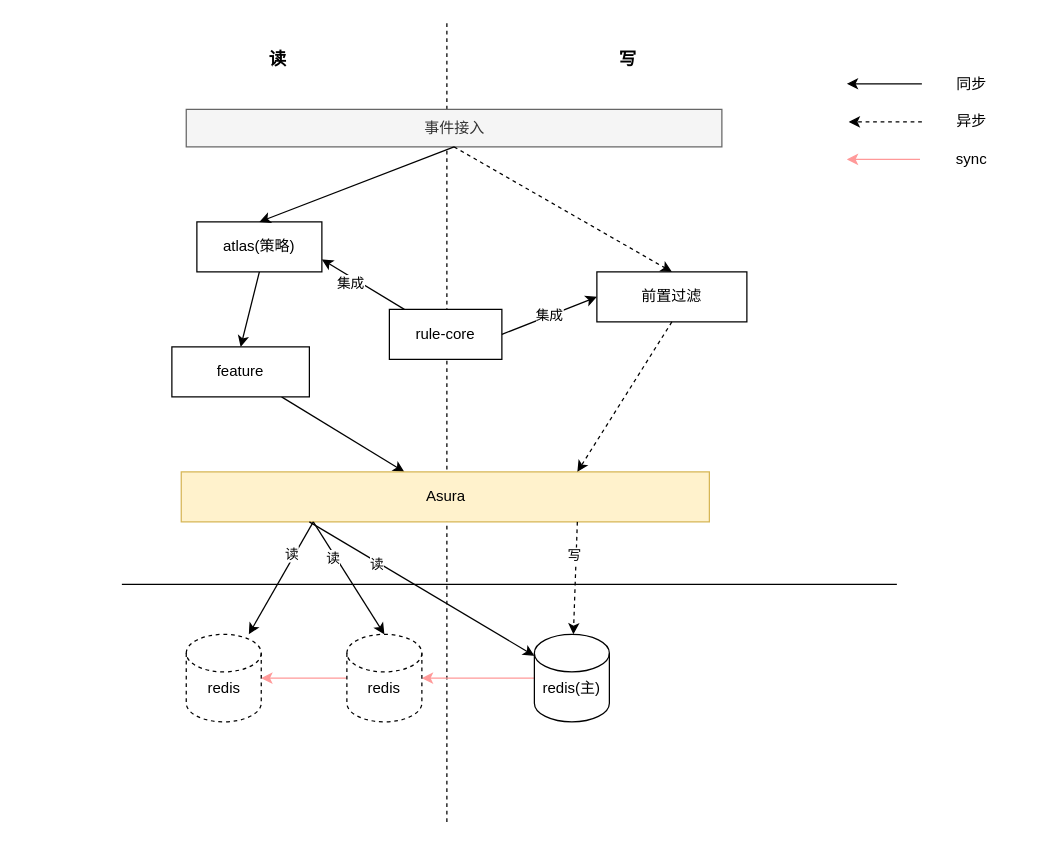
Before: infra_asura.drawio in learn2Pro/draw_io_save, a draw.io diagram. Source tidied: cells renumbered, new cells numbered last; positions are measured from the earlier drawing's top-left corner, leaving out a move shared by most shapes. Both pictures are drawn from the tidied source at 125%, with x=0, y=0 at pixel (121, 21).
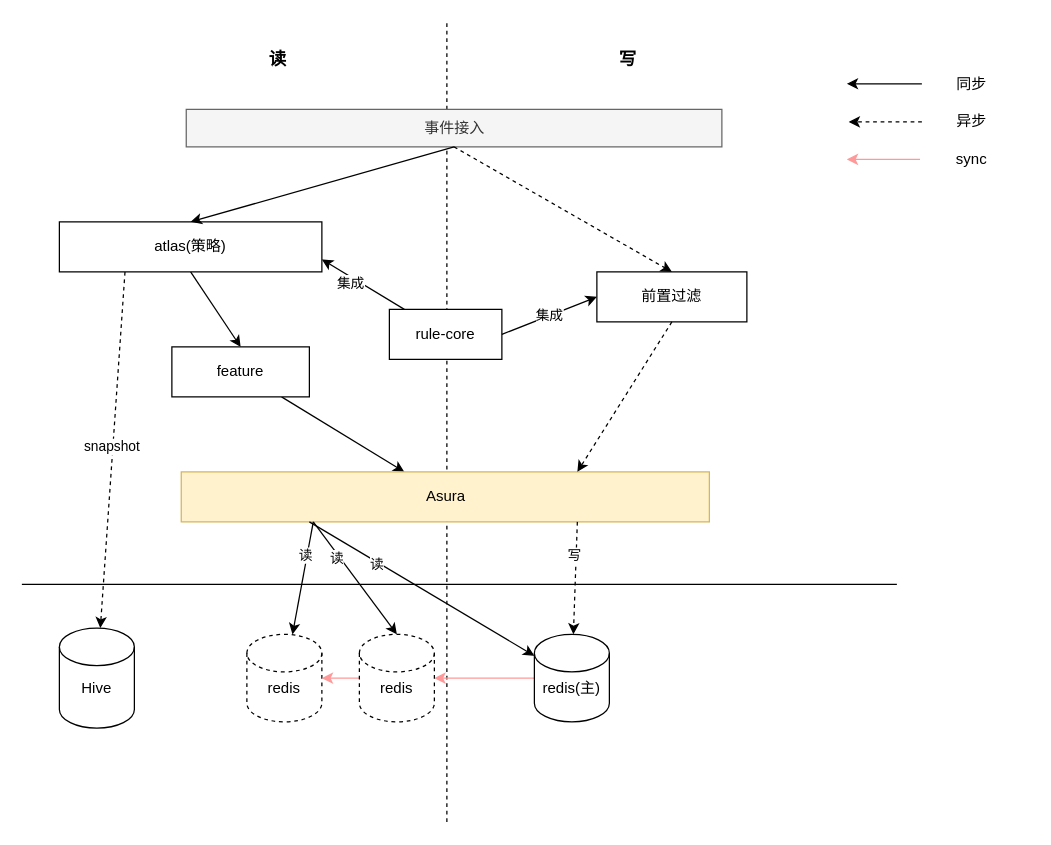
Above is the later version.

What changed in the source:
```diff
@@
+    <mxCell id="42" style="rounded=0;jettySize=auto;html=1;exitX=0.25;exitY=1;exitDx=0;exitDy=0;dashed=1;" parent="1" edge="1" source="6" target="44">
+      <mxGeometry relative="1" as="geometry" />
+    </mxCell>
+    <mxCell id="43" value="snapshot" style="edgeLabel;html=1;align=center;verticalAlign=middle;" parent="42" vertex="1">
+      <mxGeometry x="-0.02" y="-1" relative="1" as="geometry" />
+    </mxCell>
     <mxCell id="6" value="atlas(策略)" style="rounded=0;whiteSpace=wrap;html=1;" parent="1" vertex="1">
-      <mxGeometry x="60" y="160" width="100" height="40" as="geometry" />
+      <mxGeometry x="-50" y="160" width="210" height="40" as="geometry" />
     </mxCell>
@@
     <mxCell id="13" style="endArrow=none;html=1;" parent="1" edge="1">
       <mxGeometry relative="1" as="geometry">
-        <mxPoint y="450" as="sourcePoint" />
+        <mxPoint x="-80" y="450" as="sourcePoint" />
         <mxPoint x="620" y="450" as="targetPoint" />
       </mxGeometry>
     </mxCell>
@@
     <mxCell id="26" value="&lt;br&gt;redis" style="shape=cylinder2;whiteSpace=wrap;html=1;boundedLbl=1;backgroundOutline=1;size=15;dashed=1;" parent="1" vertex="1">
-      <mxGeometry x="51.5" y="490" width="60" height="70" as="geometry" />
+      <mxGeometry x="100" y="490" width="60" height="70" as="geometry" />
     </mxCell>
@@
     <mxCell id="28" value="&lt;br&gt;redis" style="shape=cylinder2;whiteSpace=wrap;html=1;boundedLbl=1;backgroundOutline=1;size=15;dashed=1;" parent="1" vertex="1">
-      <mxGeometry x="180" y="490" width="60" height="70" as="geometry" />
+      <mxGeometry x="190" y="490" width="60" height="70" as="geometry" />
     </mxCell>
@@
+    <mxCell id="44" value="&lt;br&gt;Hive" style="shape=cylinder2;whiteSpace=wrap;html=1;boundedLbl=1;backgroundOutline=1;size=15;" parent="1" vertex="1">
+      <mxGeometry x="-50" y="485" width="60" height="80" as="geometry" />
+    </mxCell>
```
